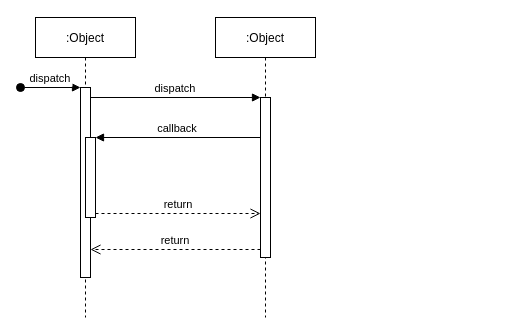
Before: src/main/resources/seqm.drawio in Qutlet/poAwarii, a draw.io diagram. Source tidied: cells renumbered, new cells numbered last; positions are measured from the earlier drawing's top-left corner, leaving out a move shared by most shapes. Both pictures are drawn from the tidied source at 100%, with x=0, y=0 at pixel (20, 17).
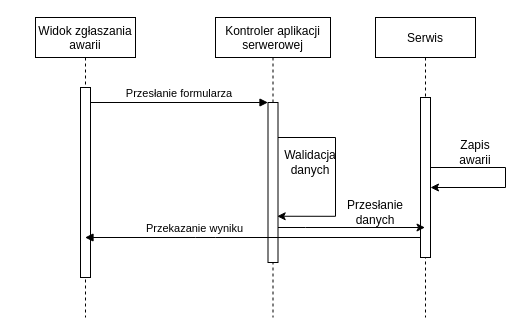
The same page after the edit.

The change refers to these unchanged cells:
```xml
<mxCell id="3" style="points=[];perimeter=orthogonalPerimeter;rounded=0;shadow=0;strokeWidth=1;" parent="2" vertex="1">
  <mxGeometry x="45" y="70" width="10" height="190" as="geometry" />
</mxCell>
```

The edit, as a diff of the source:
```diff
@@
-    <mxCell id="2" value=":Object" style="shape=umlLifeline;perimeter=lifelinePerimeter;rounded=0;shadow=0;strokeWidth=1;" parent="1" vertex="1">
+    <mxCell id="2" value="Widok zgłaszania&#10;awarii" style="shape=umlLifeline;perimeter=lifelinePerimeter;rounded=0;shadow=0;strokeWidth=1;" parent="1" vertex="1">
       <mxGeometry x="15" width="100" height="300" as="geometry" />
     </mxCell>
@@
-    <mxCell id="4" value="dispatch" style="verticalAlign=bottom;startArrow=oval;endArrow=block;startSize=8;shadow=0;strokeWidth=1;" parent="2" edge="1" target="3">
-      <mxGeometry relative="1" as="geometry">
-        <mxPoint x="-15" y="70" as="sourcePoint" />
-      </mxGeometry>
-    </mxCell>
-    <mxCell id="5" style="points=[];perimeter=orthogonalPerimeter;rounded=0;shadow=0;strokeWidth=1;" parent="2" vertex="1">
-      <mxGeometry x="50" y="120" width="10" height="80" as="geometry" />
-    </mxCell>
-    <mxCell id="6" value=":Object" style="shape=umlLifeline;perimeter=lifelinePerimeter;rounded=0;shadow=0;strokeWidth=1;" parent="1" vertex="1">
-      <mxGeometry x="195" width="100" height="300" as="geometry" />
+    <mxCell id="6" value="Kontroler aplikacji&#10;serwerowej" style="shape=umlLifeline;perimeter=lifelinePerimeter;rounded=0;shadow=0;strokeWidth=1;" parent="1" vertex="1">
+      <mxGeometry x="195" width="115" height="300" as="geometry" />
     </mxCell>
     <mxCell id="7" style="points=[];perimeter=orthogonalPerimeter;rounded=0;shadow=0;strokeWidth=1;" parent="6" vertex="1">
-      <mxGeometry x="45" y="80" width="10" height="160" as="geometry" />
+      <mxGeometry x="52.5" y="85" width="10" height="160" as="geometry" />
     </mxCell>
-    <mxCell id="8" value="return" style="verticalAlign=bottom;endArrow=open;dashed=1;endSize=8;exitX=0;exitY=0.95;shadow=0;strokeWidth=1;" parent="1" edge="1" source="7" target="3">
-      <mxGeometry relative="1" as="geometry" />
-    </mxCell>
+    <mxCell id="12" style="edgeStyle=orthogonalEdgeStyle;rounded=0;orthogonalLoop=1;jettySize=auto;html=1;entryX=0.919;entryY=0.711;entryDx=0;entryDy=0;entryPerimeter=0;" parent="6" edge="1" source="7" target="7">
+      <mxGeometry relative="1" as="geometry">
+        <Array as="points">
+          <mxPoint x="120" y="120" />
+          <mxPoint x="120" y="199" />
+          <mxPoint x="62" y="199" />
+        </Array>
+      </mxGeometry>
+    </mxCell>
+    <mxCell id="13" value="Walidacja danych" style="text;html=1;strokeColor=none;fillColor=none;align=center;verticalAlign=middle;whiteSpace=wrap;rounded=0;" parent="6" vertex="1">
+      <mxGeometry x="65" y="130" width="60" height="30" as="geometry" />
+    </mxCell>
-    <mxCell id="9" value="dispatch" style="verticalAlign=bottom;endArrow=block;entryX=0;entryY=0;shadow=0;strokeWidth=1;" parent="1" edge="1" source="3" target="7">
+    <mxCell id="9" value="Przesłanie formularza" style="verticalAlign=bottom;endArrow=block;entryX=0;entryY=0;shadow=0;strokeWidth=1;" parent="1" edge="1" source="3" target="7">
       <mxGeometry relative="1" as="geometry" />
     </mxCell>
-    <mxCell id="10" value="callback" style="verticalAlign=bottom;endArrow=block;entryX=1;entryY=0;shadow=0;strokeWidth=1;" parent="1" edge="1" source="7" target="5">
-      <mxGeometry relative="1" as="geometry" />
+    <mxCell id="10" value="Przekazanie wyniku" style="verticalAlign=bottom;endArrow=block;shadow=0;strokeWidth=1;" parent="1" edge="1" source="14" target="2">
+      <mxGeometry x="0.35" relative="1" as="geometry">
+        <Array as="points">
+          <mxPoint x="185" y="220" />
+        </Array>
+      </mxGeometry>
     </mxCell>
-    <mxCell id="11" value="return" style="verticalAlign=bottom;endArrow=open;dashed=1;endSize=8;exitX=1;exitY=0.95;shadow=0;strokeWidth=1;" parent="1" edge="1" source="5" target="7">
-      <mxGeometry relative="1" as="geometry" />
-    </mxCell>
+    <mxCell id="14" value="Serwis" style="shape=umlLifeline;perimeter=lifelinePerimeter;rounded=0;shadow=0;strokeWidth=1;" parent="1" vertex="1">
+      <mxGeometry x="355" width="100" height="300" as="geometry" />
+    </mxCell>
+    <mxCell id="15" style="points=[];perimeter=orthogonalPerimeter;rounded=0;shadow=0;strokeWidth=1;" parent="14" vertex="1">
+      <mxGeometry x="45" y="80" width="10" height="160" as="geometry" />
+    </mxCell>
+    <mxCell id="16" value="Przesłanie danych" style="text;html=1;strokeColor=none;fillColor=none;align=center;verticalAlign=middle;whiteSpace=wrap;rounded=0;" parent="14" vertex="1">
+      <mxGeometry x="-30" y="180" width="60" height="30" as="geometry" />
+    </mxCell>
+    <mxCell id="17" style="edgeStyle=orthogonalEdgeStyle;rounded=0;orthogonalLoop=1;jettySize=auto;html=1;" parent="14" edge="1" source="15" target="15">
+      <mxGeometry relative="1" as="geometry">
+        <Array as="points">
+          <mxPoint x="130" y="160" />
+        </Array>
+      </mxGeometry>
+    </mxCell>
+    <mxCell id="18" style="edgeStyle=orthogonalEdgeStyle;rounded=0;jettySize=auto;html=1;" parent="1" edge="1" source="7" target="14">
+      <mxGeometry relative="1" as="geometry">
+        <Array as="points">
+          <mxPoint x="285" y="210" />
+          <mxPoint x="285" y="210" />
+        </Array>
+      </mxGeometry>
+    </mxCell>
+    <mxCell id="19" value="Zapis awarii" style="text;html=1;strokeColor=none;fillColor=none;align=center;verticalAlign=middle;whiteSpace=wrap;rounded=0;" parent="1" vertex="1">
+      <mxGeometry x="425" y="120" width="60" height="30" as="geometry" />
+    </mxCell>
```
